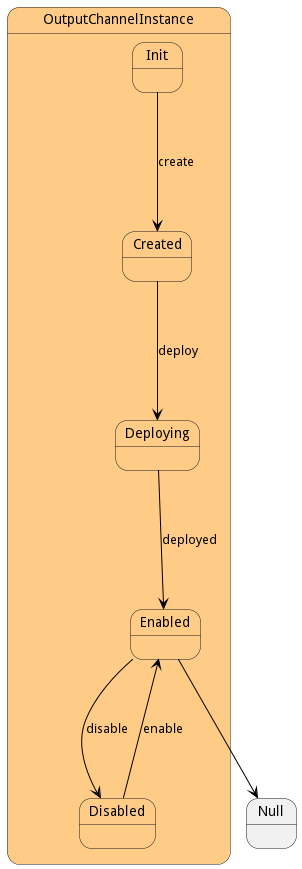
The PlantUML diagram docs/sabr/diml/dsm/models/outputchannelinstance/statenet.png in madajaju/sabr, before a commit.
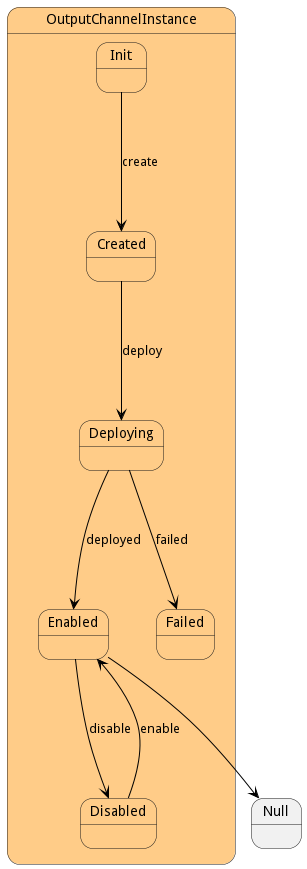
The same diagram one commit later.

Change to the diagram source:
```diff
@@ -19,6 +19,9 @@
     state Disabled #ffcc88 {
     }
 
+    state Failed #ffcc88 {
+    }
+
 
 
 
@@ -27,6 +30,8 @@
 Created -[#black]--> Deploying : deploy
 
 Deploying -[#black]--> Enabled : deployed
+
+Deploying -[#black]--> Failed : failed
 
 Enabled -[#black]--> Disabled : disable
 
```
